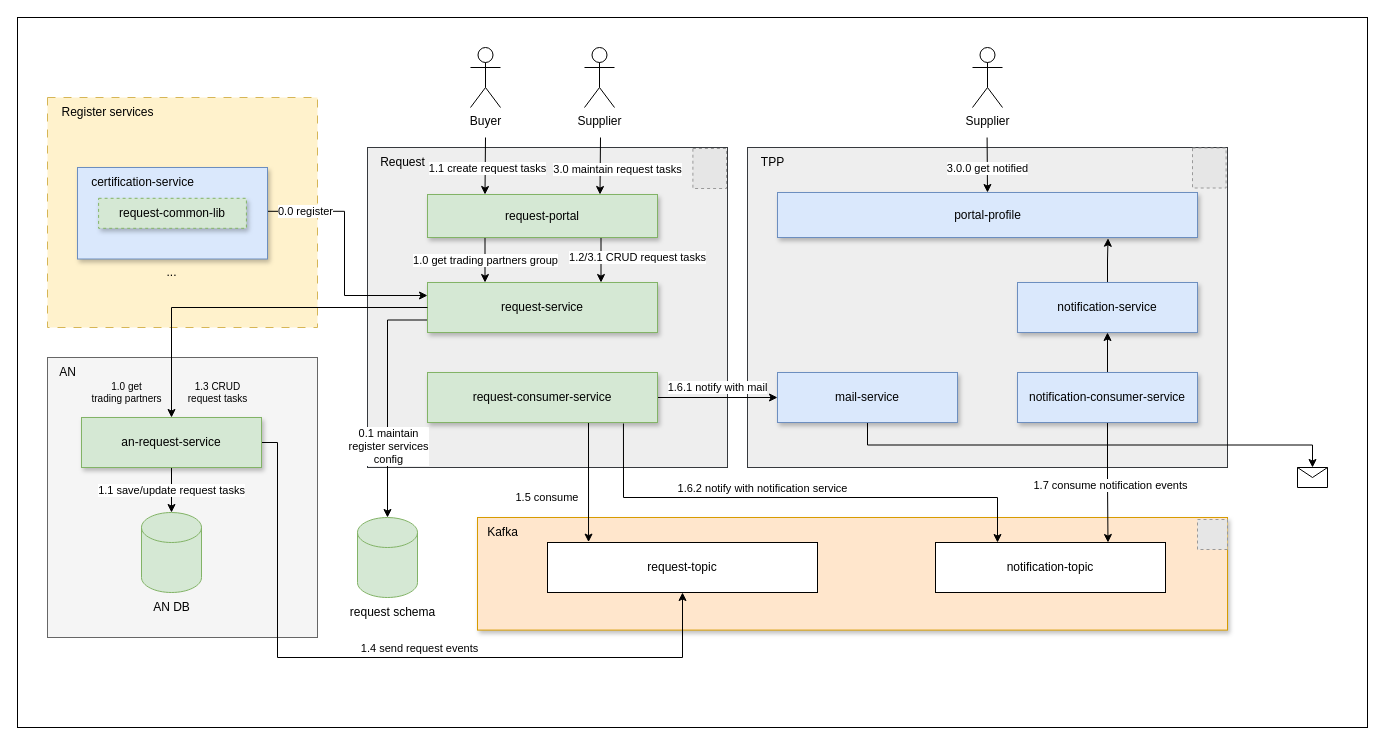
The draw.io diagram page "Block Diagram" (2 of 4) of request.drawio in huangshijie/Drawio, before the edit. Source tidied: cells renumbered, new cells numbered last; positions are measured from the earlier drawing's top-left corner, leaving out a move shared by most shapes. Both pictures are drawn from the tidied source at 100%, with x=0, y=0 at pixel (17, 17). Pictures stored in the file or linked from it are replaced by grey dashed boxes.
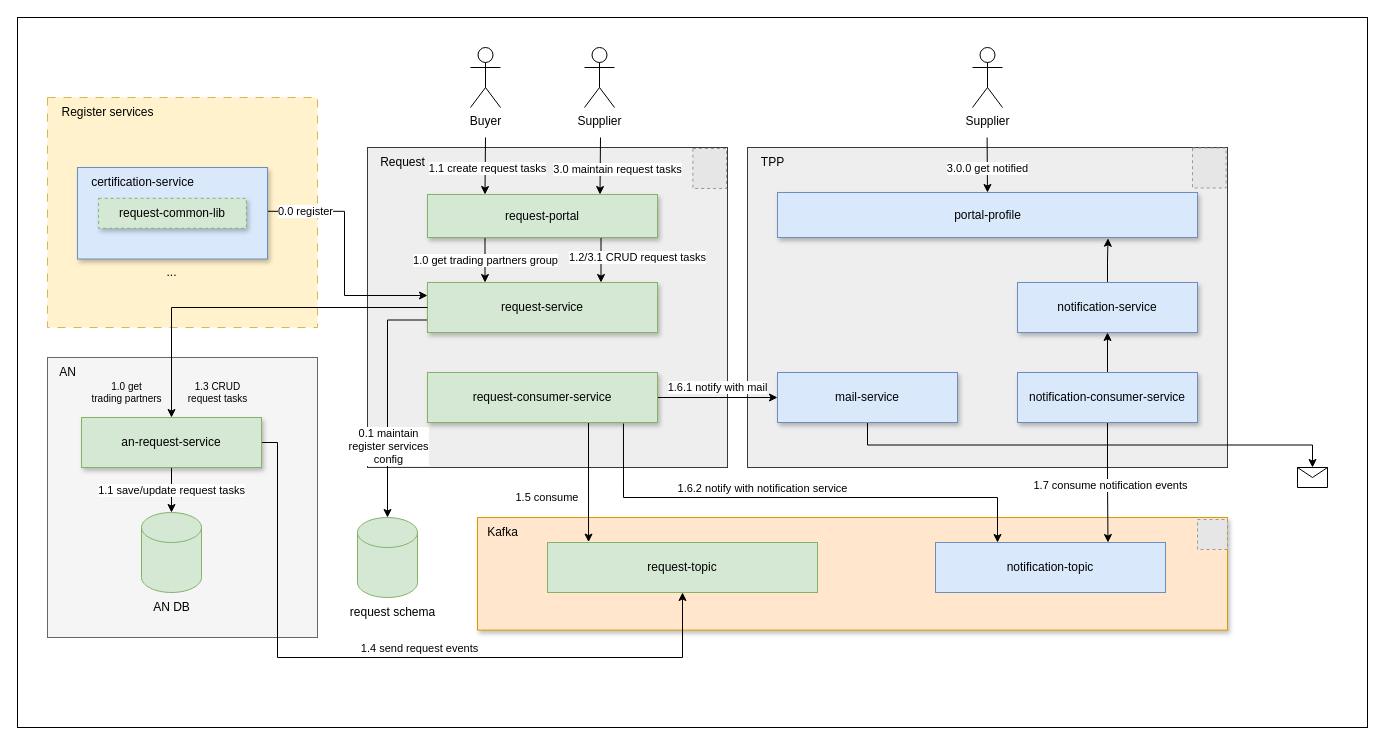
After the change.

Diff of the diagram source:
```diff
@@
-    <mxCell id="25" value="notification-topic" style="rounded=0;whiteSpace=wrap;html=1;" parent="1" vertex="1">
+    <mxCell id="25" value="notification-topic" style="rounded=0;whiteSpace=wrap;html=1;fillColor=#dae8fc;strokeColor=#6c8ebf;" parent="1" vertex="1">
       <mxGeometry x="918" y="525" width="230" height="50" as="geometry" />
     </mxCell>
@@
-    <mxCell id="42" value="request-topic" style="rounded=0;whiteSpace=wrap;html=1;" parent="1" vertex="1">
+    <mxCell id="42" value="request-topic" style="rounded=0;whiteSpace=wrap;html=1;fillColor=#d5e8d4;strokeColor=#82b366;" parent="1" vertex="1">
       <mxGeometry x="530" y="525" width="270" height="50" as="geometry" />
     </mxCell>
```
